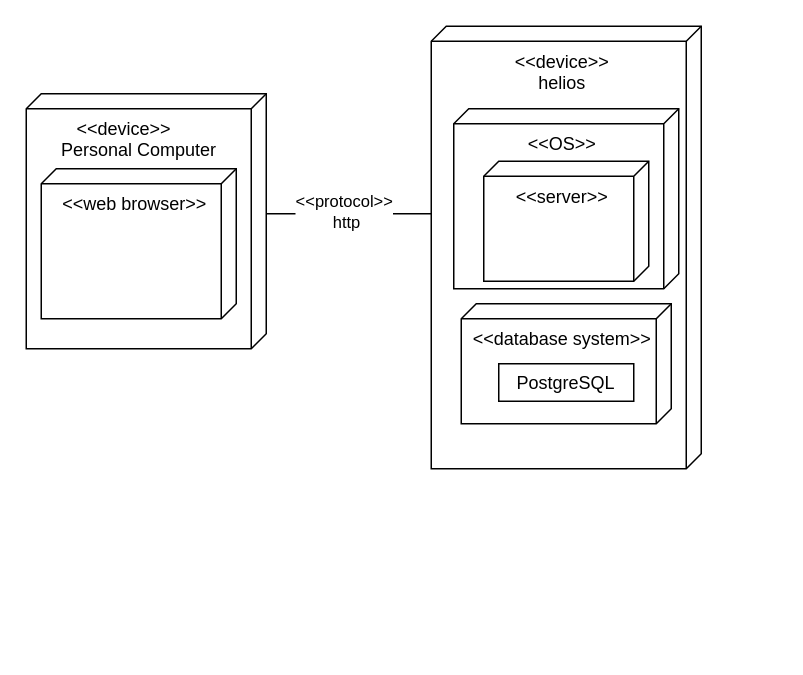
The draw.io diagram Untitled Diagram.drawio in uvusibuneka/ITMO, before the edit. Source tidied: cells renumbered, new cells numbered last; positions are measured from the earlier drawing's top-left corner, leaving out a move shared by most shapes. Both pictures are drawn from the tidied source at 150%, with x=0, y=0 at pixel (26, 26).
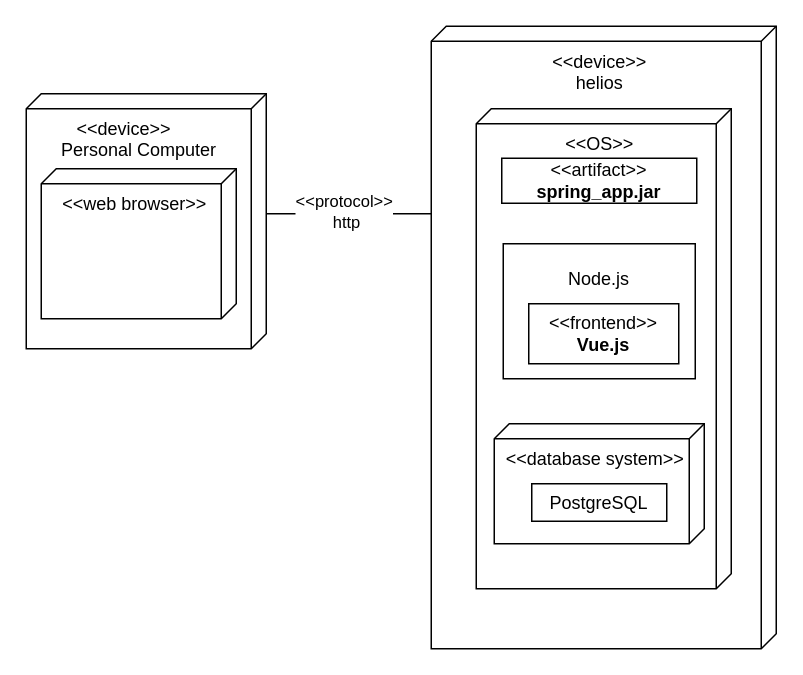
The same page after the edit.

The edit, as a diff of the source:
```diff
@@
 <mxGraphModel>
   <root>
     <mxCell id="0" />
     <mxCell id="1" parent="0" />
     <mxCell id="2" value="&lt;div&gt;&lt;br&gt;&lt;/div&gt;&lt;div&gt;&amp;nbsp;&amp;nbsp;&amp;nbsp;&amp;nbsp; Personal Computer&lt;/div&gt;" style="verticalAlign=top;align=left;shape=cube;size=10;direction=south;fontStyle=0;html=1;boundedLbl=1;spacingLeft=5;whiteSpace=wrap;" parent="1" vertex="1">
       <mxGeometry y="45" width="160" height="170" as="geometry" />
     </mxCell>
     <mxCell id="3" value="&amp;lt;&amp;lt;web browser&amp;gt;&amp;gt;" style="verticalAlign=top;align=center;shape=cube;size=10;direction=south;html=1;boundedLbl=1;spacingLeft=5;whiteSpace=wrap;" parent="2" vertex="1">
       <mxGeometry width="130" height="100" relative="1" as="geometry">
         <mxPoint x="10" y="50" as="offset" />
       </mxGeometry>
     </mxCell>
     <mxCell id="4" value="&amp;lt;&amp;lt;device&amp;gt;&amp;gt;" style="text;whiteSpace=wrap;html=1;" parent="2" vertex="1">
       <mxGeometry x="32" y="10" width="128" height="50" as="geometry" />
     </mxCell>
     <mxCell id="5" value="&lt;div align=&quot;center&quot;&gt;&amp;lt;&amp;lt;device&amp;gt;&amp;gt;&lt;/div&gt;&lt;div align=&quot;center&quot;&gt;helios&lt;br&gt;&lt;/div&gt;" style="verticalAlign=top;align=center;shape=cube;size=10;direction=south;fontStyle=0;html=1;boundedLbl=1;spacingLeft=5;whiteSpace=wrap;" parent="1" vertex="1">
-      <mxGeometry x="270" width="180" height="295" as="geometry" />
+      <mxGeometry x="270" width="230" height="415" as="geometry" />
     </mxCell>
-    <mxCell id="6" style="endArrow=none;html=1;rounded=0;exitX=0;exitY=0;exitDx=80;exitDy=0;exitPerimeter=0;entryX=0;entryY=0;entryDx=125;entryDy=180;entryPerimeter=0;" parent="1" edge="1" source="2" target="5">
-      <mxGeometry relative="1" as="geometry" />
+    <mxCell id="6" style="endArrow=none;html=1;rounded=0;exitX=0;exitY=0;exitDx=80;exitDy=0;exitPerimeter=0;" parent="1" edge="1" source="2">
+      <mxGeometry relative="1" as="geometry">
+        <mxPoint x="270" y="125" as="targetPoint" />
+      </mxGeometry>
     </mxCell>
     <mxCell id="7" value="&lt;div&gt;&amp;lt;&amp;lt;protocol&amp;gt;&amp;gt;&lt;/div&gt;&lt;div&gt;&amp;nbsp;http&lt;/div&gt;" style="edgeLabel;html=1;align=center;verticalAlign=middle;" parent="6" vertex="1">
       <mxGeometry x="-0.07" y="2" relative="1" as="geometry" />
     </mxCell>
     <mxCell id="8" value="&amp;lt;&amp;lt;OS&amp;gt;&amp;gt;" style="verticalAlign=top;align=center;shape=cube;size=10;direction=south;html=1;boundedLbl=1;spacingLeft=5;whiteSpace=wrap;" parent="1" vertex="1">
-      <mxGeometry x="285" y="55" width="150" height="120" as="geometry" />
+      <mxGeometry x="300" y="55" width="170" height="320" as="geometry" />
     </mxCell>
-    <mxCell id="9" value="&amp;lt;&amp;lt;server&amp;gt;&amp;gt;" style="verticalAlign=top;align=center;shape=cube;size=10;direction=south;html=1;boundedLbl=1;spacingLeft=5;whiteSpace=wrap;" parent="1" vertex="1">
-      <mxGeometry x="305" y="90" width="110" height="80" as="geometry" />
-    </mxCell>
     <mxCell id="10" value="&amp;lt;&amp;lt;database system&amp;gt;&amp;gt;" style="verticalAlign=top;align=center;shape=cube;size=10;direction=south;html=1;boundedLbl=1;spacingLeft=5;whiteSpace=wrap;" parent="1" vertex="1">
-      <mxGeometry x="290" y="185" width="140" height="80" as="geometry" />
+      <mxGeometry x="312" y="265" width="140" height="80" as="geometry" />
     </mxCell>
     <mxCell id="11" value="PostgreSQL" style="rounded=0;whiteSpace=wrap;html=1;" parent="1" vertex="1">
-      <mxGeometry x="315" y="225" width="90" height="25" as="geometry" />
+      <mxGeometry x="337" y="305" width="90" height="25" as="geometry" />
     </mxCell>
+    <mxCell id="12" value="&amp;lt;&amp;lt;artifact&amp;gt;&amp;gt;&lt;br&gt;&lt;b style=&quot;background-color: transparent; --darkreader-inline-bgcolor: transparent;&quot;&gt;spring_app.jar&lt;/b&gt;" style="html=1;align=center;verticalAlign=middle;dashed=0;whiteSpace=wrap;" parent="1" vertex="1">
+      <mxGeometry x="317" y="88" width="130" height="30" as="geometry" />
+    </mxCell>
+    <mxCell id="13" value="Node.js&lt;br&gt;&lt;div&gt;&lt;br&gt;&lt;/div&gt;&lt;div&gt;&lt;br&gt;&lt;/div&gt;&lt;div&gt;&lt;br&gt;&lt;/div&gt;" style="html=1;align=center;verticalAlign=middle;dashed=0;whiteSpace=wrap;" parent="1" vertex="1">
+      <mxGeometry x="318" y="145" width="128" height="90" as="geometry" />
+    </mxCell>
+    <mxCell id="14" value="&amp;lt;&amp;lt;frontend&amp;gt;&amp;gt;&lt;br&gt;&lt;b&gt;Vue.js&lt;/b&gt;&lt;br&gt;&lt;b style=&quot;background-color: transparent; --darkreader-inline-bgcolor: transparent;&quot;&gt;&lt;/b&gt;" style="html=1;align=center;verticalAlign=middle;dashed=0;whiteSpace=wrap;" parent="1" vertex="1">
+      <mxGeometry x="335" y="185" width="100" height="40" as="geometry" />
+    </mxCell>
   </root>
 </mxGraphModel>
```
